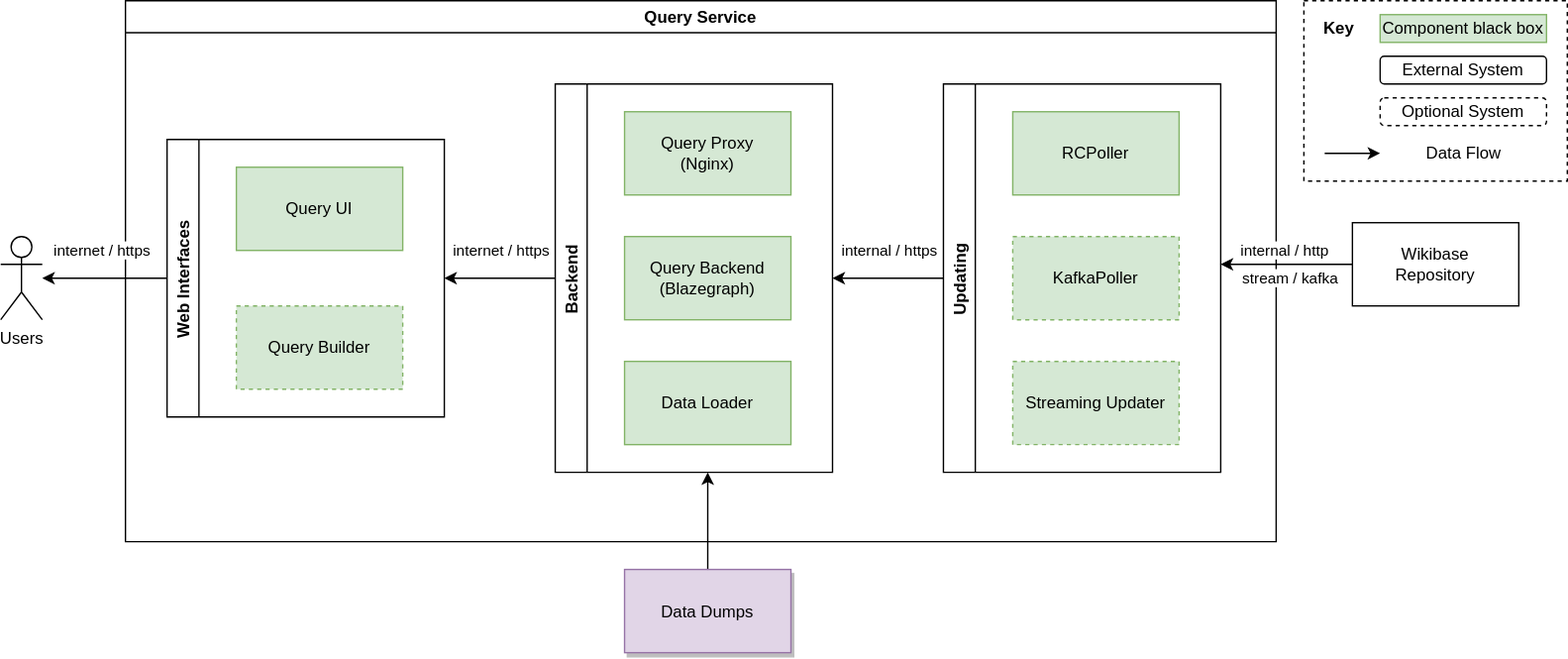
Above: systems/Query/diagrams/03-technical-context.drawio.svg in wmde/wikidata-wikibase-architecture (draw.io), before the change. Source tidied: cells renumbered, new cells last; positions are measured from the earlier drawing's top-left corner, leaving out a move shared by most shapes.
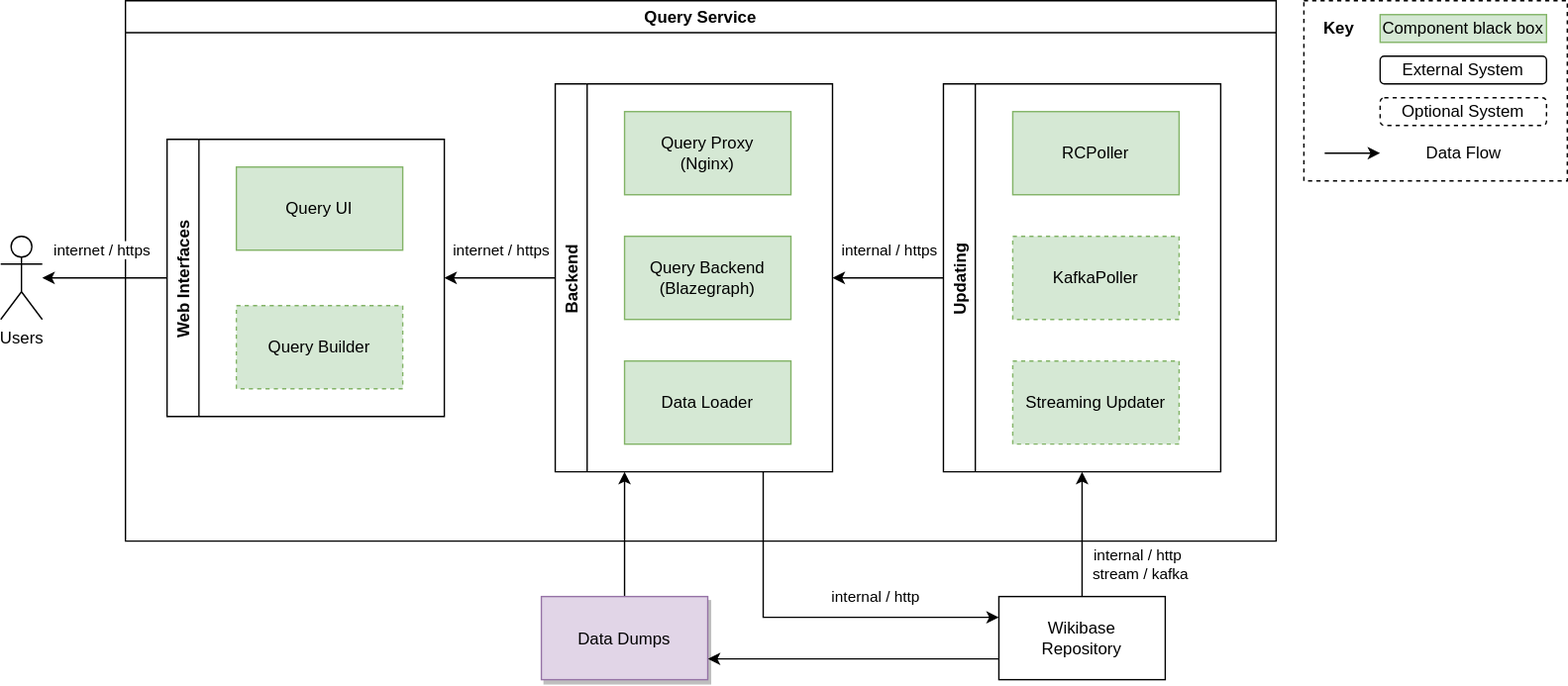
After the commit.

Diff of the diagram source:
```diff
@@ -66,23 +66,24 @@
         <mxPoint x="11" y="-19" as="offset" />
       </mxGeometry>
     </mxCell>
-    <mxCell id="22" style="edgeStyle=orthogonalEdgeStyle;rounded=0;jettySize=auto;html=1;startArrow=none;startFill=0;" parent="1" edge="1" source="25">
-      <mxGeometry relative="1" as="geometry">
-        <mxPoint x="880" y="190" as="targetPoint" />
-      </mxGeometry>
+    <mxCell id="22" style="edgeStyle=orthogonalEdgeStyle;rounded=0;jettySize=auto;html=1;startArrow=none;startFill=0;exitX=0.5;exitY=0;exitDx=0;exitDy=0;entryX=0.5;entryY=1;entryDx=0;entryDy=0;" parent="1" edge="1" source="25" target="10">
+      <mxGeometry relative="1" as="geometry" />
     </mxCell>
     <mxCell id="23" value="internal / http" style="edgeLabel;html=1;align=center;verticalAlign=middle;" parent="22" vertex="1">
       <mxGeometry x="-0.24" y="1" relative="1" as="geometry">
-        <mxPoint x="-14" y="-11" as="offset" />
+        <mxPoint x="41" y="4" as="offset" />
       </mxGeometry>
     </mxCell>
     <mxCell id="24" value="stream / kafka" style="edgeLabel;html=1;align=center;verticalAlign=middle;" parent="22" vertex="1">
       <mxGeometry x="-0.72" y="4" relative="1" as="geometry">
-        <mxPoint x="-32" y="6" as="offset" />
+        <mxPoint x="46" y="-4" as="offset" />
       </mxGeometry>
     </mxCell>
+    <mxCell id="34" style="edgeStyle=orthogonalEdgeStyle;rounded=0;jettySize=auto;html=1;entryX=0;entryY=0.25;entryDx=0;entryDy=0;exitX=0;exitY=0.75;exitDx=0;exitDy=0;" parent="1" edge="1" source="25" target="33">
+      <mxGeometry relative="1" as="geometry" />
+    </mxCell>
     <mxCell id="25" value="Wikibase&lt;br&gt;Repository" style="rounded=0;whiteSpace=wrap;html=1;" parent="1" vertex="1">
-      <mxGeometry x="975" y="160" width="120" height="60" as="geometry" />
+      <mxGeometry x="720" y="430" width="120" height="60" as="geometry" />
     </mxCell>
     <mxCell id="26" style="edgeStyle=orthogonalEdgeStyle;rounded=0;jettySize=auto;html=1;entryX=0;entryY=0.5;entryDx=0;entryDy=0;startArrow=classic;startFill=1;endArrow=none;endFill=0;" parent="1" edge="1" source="27" target="7">
       <mxGeometry relative="1" as="geometry" />
@@ -107,13 +108,19 @@
     <mxCell id="31" value="Data Flow" style="text;html=1;align=center;verticalAlign=middle;strokeColor=none;" parent="1" vertex="1">
       <mxGeometry x="1020" y="100" width="70" height="20" as="geometry" />
     </mxCell>
-    <mxCell id="32" style="edgeStyle=orthogonalEdgeStyle;rounded=0;jettySize=auto;html=1;" parent="1" edge="1" source="33">
-      <mxGeometry relative="1" as="geometry">
-        <mxPoint x="510" y="340" as="targetPoint" />
-      </mxGeometry>
+    <mxCell id="32" style="edgeStyle=orthogonalEdgeStyle;rounded=0;jettySize=auto;html=1;entryX=0.25;entryY=1;entryDx=0;entryDy=0;" parent="1" edge="1" source="33" target="15">
+      <mxGeometry relative="1" as="geometry" />
     </mxCell>
     <mxCell id="33" value="Data Dumps" style="rounded=0;shadow=1;fontSize=12;strokeColor=#9673a6;direction=west;fillColor=#e1d5e7;" parent="1" vertex="1">
-      <mxGeometry x="450" y="410" width="120" height="60" as="geometry" />
+      <mxGeometry x="390" y="430" width="120" height="60" as="geometry" />
     </mxCell>
+    <mxCell id="35" style="edgeStyle=orthogonalEdgeStyle;rounded=0;jettySize=auto;html=1;exitX=0.75;exitY=1;exitDx=0;exitDy=0;entryX=0;entryY=0.25;entryDx=0;entryDy=0;startArrow=none;startFill=0;" parent="1" edge="1" source="15" target="25">
+      <mxGeometry relative="1" as="geometry" />
+    </mxCell>
+    <mxCell id="36" value="internal / http" style="edgeLabel;html=1;align=center;verticalAlign=middle;" parent="35" vertex="1">
+      <mxGeometry x="0.15" y="3" relative="1" as="geometry">
+        <mxPoint x="27" y="-12" as="offset" />
+      </mxGeometry>
+    </mxCell>
   </root>
 </mxGraphModel>
```
